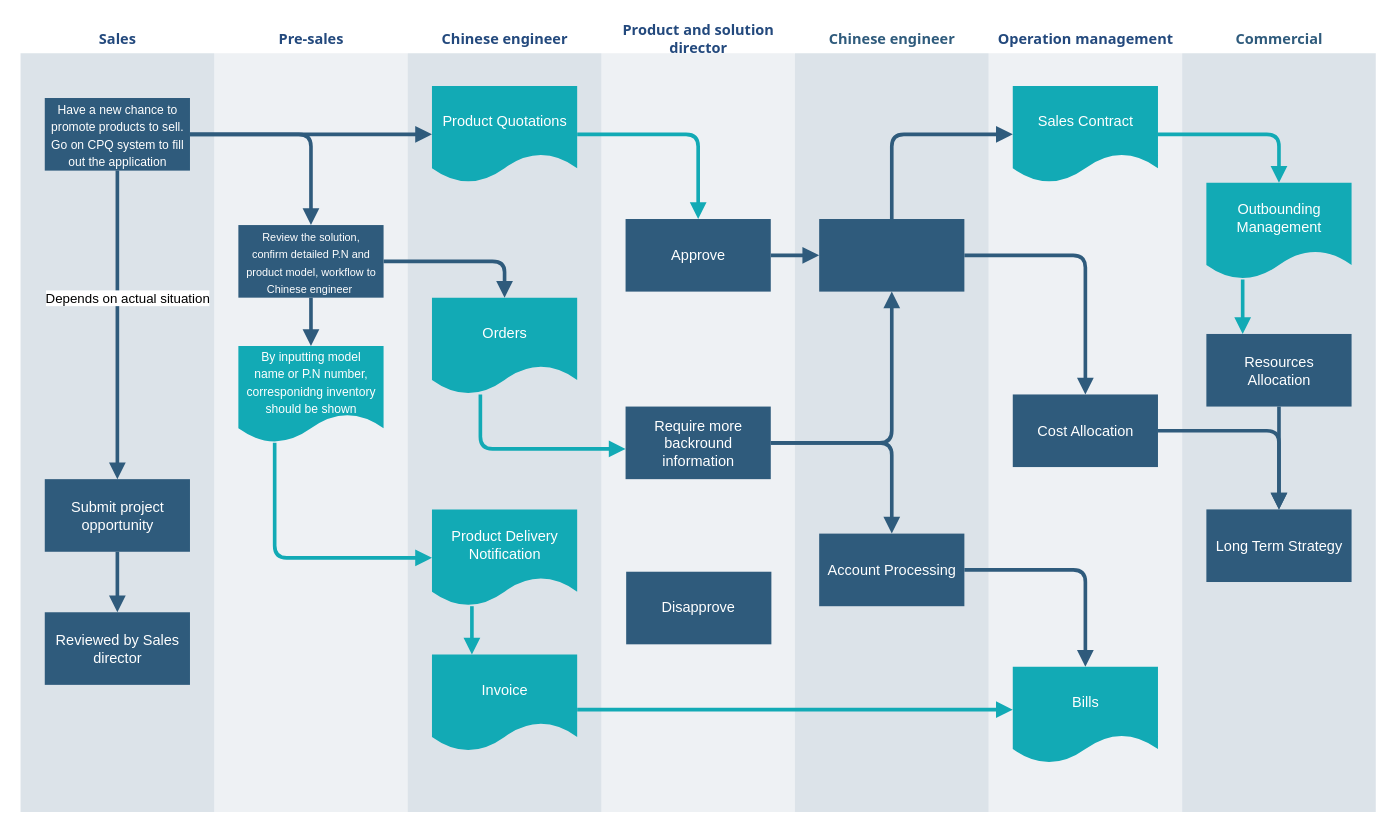
This is newsampleapplication.drawio from akkkriver/diagramswork, a draw.io file, before an edit. Source tidied: cells renumbered, new cells numbered last; positions are measured from the earlier drawing's top-left corner, leaving out a move shared by most shapes. Both pictures are drawn from the tidied source at 121%, with x=0, y=0 at pixel (19, 24).
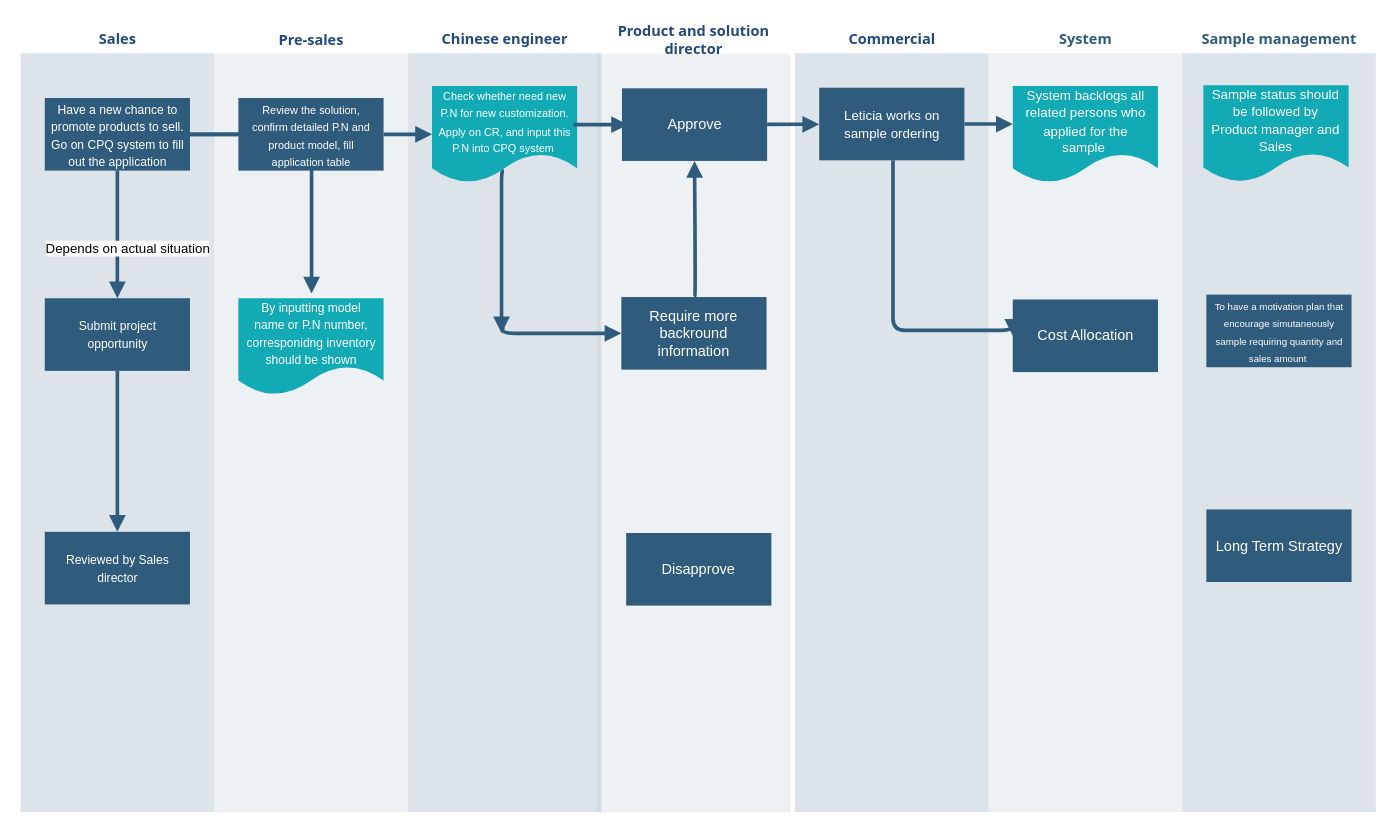
Above is the later version.

The change refers to these unchanged cells:
```xml
<mxCell id="2" value="&lt;font color=&quot;#23497d&quot;&gt;Sales&lt;/font&gt;" style="swimlane;whiteSpace=wrap;fillColor=none;swimlaneFillColor=#BAC8D3;fontColor=#2F5B7C;fontFamily=Tahoma;html=1;strokeColor=none;opacity=50;" parent="1" vertex="1">
  <mxGeometry x="0.5" y="0.5" width="160" height="650" as="geometry" />
</mxCell>
<mxCell id="3" value="&lt;font style=&quot;font-size: 10px;&quot;&gt;Have a new chance to promote products to sell. Go on CPQ system to fill out the application&lt;/font&gt;" style="whiteSpace=wrap;shadow=0;fontColor=#FFFFFF;fontFamily=Helvetica;fontStyle=0;html=1;fontSize=12;plain-purple;strokeColor=none;fillColor=#2f5b7c;gradientColor=none;spacing=6;verticalAlign=middle;" parent="2" vertex="1">
  <mxGeometry x="20" y="60" width="120" height="60" as="geometry" />
</mxCell>
<mxCell id="20" value="&lt;font color=&quot;#23497d&quot;&gt;Chinese engineer&lt;/font&gt;" style="swimlane;whiteSpace=wrap;fillColor=none;swimlaneFillColor=#BAC8D3;fontColor=#2F5B7C;fontFamily=Tahoma;html=1;strokeColor=none;opacity=50;" parent="1" vertex="1">
  <mxGeometry x="320.5" y="0.5" width="160" height="650" as="geometry" />
</mxCell>
<mxCell id="33" value="Long Term Strategy" style="whiteSpace=wrap;strokeColor=none;fillColor=#2f5b7c;shadow=0;fontColor=#FFFFFF;fontFamily=Helvetica;fontStyle=0;html=1;fontSize=12;spacing=6;verticalAlign=middle;" parent="30" vertex="1">
  <mxGeometry x="20" y="400" width="120" height="60" as="geometry" />
</mxCell>
```

Change to the diagram source:
```diff
@@
-    <mxCell id="4" value="Submit project opportunity" style="whiteSpace=wrap;strokeColor=none;fillColor=#2f5b7c;shadow=0;fontColor=#FFFFFF;fontFamily=Helvetica;fontStyle=0;html=1;fontSize=12;spacing=6;verticalAlign=middle;" parent="2" vertex="1">
-      <mxGeometry x="20" y="375" width="120" height="60" as="geometry" />
+    <mxCell id="4" value="&lt;font style=&quot;font-size: 10px;&quot;&gt;Submit project opportunity&lt;/font&gt;" style="whiteSpace=wrap;strokeColor=none;fillColor=#2f5b7c;shadow=0;fontColor=#FFFFFF;fontFamily=Helvetica;fontStyle=0;html=1;fontSize=12;spacing=6;verticalAlign=middle;" parent="2" vertex="1">
+      <mxGeometry x="20" y="225.5" width="120" height="60" as="geometry" />
     </mxCell>
-    <mxCell id="5" value="Reviewed by Sales director" style="whiteSpace=wrap;strokeColor=none;fillColor=#2f5b7c;shadow=0;fontColor=#FFFFFF;fontFamily=Helvetica;fontStyle=0;html=1;fontSize=12;spacing=6;verticalAlign=middle;" parent="2" vertex="1">
-      <mxGeometry x="20" y="485" width="120" height="60" as="geometry" />
+    <mxCell id="5" value="&lt;font style=&quot;font-size: 10px;&quot;&gt;Reviewed by Sales director&lt;/font&gt;" style="whiteSpace=wrap;strokeColor=none;fillColor=#2f5b7c;shadow=0;fontColor=#FFFFFF;fontFamily=Helvetica;fontStyle=0;html=1;fontSize=12;spacing=6;verticalAlign=middle;" parent="2" vertex="1">
+      <mxGeometry x="20" y="418.5" width="120" height="60" as="geometry" />
     </mxCell>
@@
-    <mxCell id="9" value="&lt;font color=&quot;#23497d&quot;&gt;Operation management&lt;/font&gt;" style="swimlane;whiteSpace=wrap;fillColor=none;swimlaneFillColor=#BAC8D3;fontColor=#2F5B7C;fontFamily=Tahoma;html=1;strokeColor=none;opacity=25;" parent="1" vertex="1">
+    <mxCell id="9" value="System" style="swimlane;whiteSpace=wrap;fillColor=none;swimlaneFillColor=#BAC8D3;fontColor=#2F5B7C;fontFamily=Tahoma;html=1;strokeColor=none;opacity=25;" parent="1" vertex="1">
       <mxGeometry x="800.5" y="0.5" width="160" height="650" as="geometry" />
     </mxCell>
-    <mxCell id="10" value="Sales Contract" style="shape=document;whiteSpace=wrap;verticalAlign=middle;strokeColor=none;fillColor=#12aab5;shadow=0;fontColor=#FFFFFF;fontFamily=Helvetica;fontStyle=0;html=1;fontSize=12;spacing=6;spacingBottom=22;" parent="9" vertex="1">
+    <mxCell id="10" value="&lt;font style=&quot;font-size: 11px;&quot;&gt;System backlogs all related persons who applied for the sample&amp;nbsp;&lt;/font&gt;" style="shape=document;whiteSpace=wrap;verticalAlign=middle;strokeColor=none;fillColor=#12aab5;shadow=0;fontColor=#FFFFFF;fontFamily=Helvetica;fontStyle=0;html=1;fontSize=12;spacing=6;spacingBottom=22;" parent="9" vertex="1">
       <mxGeometry x="20" y="50" width="120" height="80" as="geometry" />
     </mxCell>
-    <mxCell id="11" value="Bills" style="shape=document;whiteSpace=wrap;verticalAlign=middle;strokeColor=none;fillColor=#12aab5;shadow=0;fontColor=#FFFFFF;fontFamily=Helvetica;fontStyle=0;html=1;fontSize=12;spacing=6;spacingBottom=22;" parent="9" vertex="1">
-      <mxGeometry x="20" y="530" width="120" height="80" as="geometry" />
-    </mxCell>
     <mxCell id="12" value="Cost Allocation" style="whiteSpace=wrap;strokeColor=none;fillColor=#2f5b7c;shadow=0;fontColor=#FFFFFF;fontFamily=Helvetica;fontStyle=0;html=1;fontSize=12;spacing=6;verticalAlign=middle;" parent="9" vertex="1">
-      <mxGeometry x="20" y="305" width="120" height="60" as="geometry" />
+      <mxGeometry x="20" y="226.5" width="120" height="60" as="geometry" />
     </mxCell>
-    <mxCell id="13" value="Chinese engineer" style="swimlane;whiteSpace=wrap;fillColor=none;swimlaneFillColor=#BAC8D3;fontColor=#2F5B7C;fontFamily=Tahoma;html=1;strokeColor=none;opacity=50;startSize=23;" parent="1" vertex="1">
+    <mxCell id="13" value="&lt;span style=&quot;color: rgb(35, 73, 125);&quot;&gt;Commercial&lt;/span&gt;" style="swimlane;whiteSpace=wrap;fillColor=none;swimlaneFillColor=#BAC8D3;fontColor=#2F5B7C;fontFamily=Tahoma;html=1;strokeColor=none;opacity=50;startSize=23;" parent="1" vertex="1">
       <mxGeometry x="640.5" y="0.5" width="160" height="650" as="geometry" />
     </mxCell>
-    <mxCell id="14" style="whiteSpace=wrap;fillColor=#2f5b7c;strokeColor=none;shadow=0;fontColor=#FFFFFF;fontFamily=Helvetica;fontStyle=0;html=1;fontSize=12;spacing=6;verticalAlign=middle;" parent="13" vertex="1">
-      <mxGeometry x="20" y="160" width="120" height="60" as="geometry" />
+    <mxCell id="14" value="&lt;span style=&quot;font-size: 11px;&quot;&gt;Leticia works on sample ordering&lt;/span&gt;" style="whiteSpace=wrap;fillColor=#2f5b7c;strokeColor=none;shadow=0;fontColor=#FFFFFF;fontFamily=Helvetica;fontStyle=0;html=1;fontSize=12;spacing=6;verticalAlign=middle;" parent="13" vertex="1">
+      <mxGeometry x="20" y="51.5" width="120" height="60" as="geometry" />
     </mxCell>
-    <mxCell id="15" value="Account Processing" style="whiteSpace=wrap;strokeColor=none;fillColor=#2f5b7c;shadow=0;fontColor=#FFFFFF;fontFamily=Helvetica;fontStyle=0;html=1;fontSize=12;spacing=6;verticalAlign=middle;" parent="13" vertex="1">
-      <mxGeometry x="20" y="420" width="120" height="60" as="geometry" />
-    </mxCell>
+    <mxCell id="51" style="edgeStyle=segmentEdgeStyle;strokeColor=#2F5B7C;strokeWidth=3;html=1;endArrow=block;endFill=1;entryX=0;entryY=0.5;entryDx=0;entryDy=0;" parent="13" edge="1" target="12">
+      <mxGeometry relative="1" as="geometry">
+        <mxPoint x="81" y="111.5" as="sourcePoint" />
+        <Array as="points">
+          <mxPoint x="81" y="252" />
+          <mxPoint x="180" y="252" />
+        </Array>
+      </mxGeometry>
+    </mxCell>
     <mxCell id="16" value="&lt;font color=&quot;#23497d&quot;&gt;Pre-sales&lt;/font&gt;" style="swimlane;whiteSpace=wrap;fillColor=none;swimlaneFillColor=#BAC8D3;fontColor=#2F5B7C;fontFamily=Tahoma;html=1;strokeColor=none;opacity=25;startSize=23;" parent="1" vertex="1">
-      <mxGeometry x="160.5" y="0.5" width="160" height="650" as="geometry" />
+      <mxGeometry x="160.5" y="1" width="160" height="650" as="geometry" />
     </mxCell>
-    <mxCell id="17" value="&lt;font style=&quot;font-size: 9px;&quot;&gt;Review the solution, confirm detailed P.N and product model, workflow to Chinese engineer&amp;nbsp;&lt;/font&gt;" style="whiteSpace=wrap;shadow=0;fontColor=#FFFFFF;fontFamily=Helvetica;fontStyle=0;html=1;fontSize=12;plain-purple;strokeColor=none;fillColor=#2f5b7c;gradientColor=none;spacing=6;verticalAlign=middle;" parent="16" vertex="1">
-      <mxGeometry x="20" y="165" width="120" height="60" as="geometry" />
-    </mxCell>
     <mxCell id="18" value="&lt;font style=&quot;font-size: 10px;&quot;&gt;By inputting model name or P.N number, corresponidng inventory should be shown&lt;/font&gt;&lt;br&gt; " style="shape=document;whiteSpace=wrap;verticalAlign=middle;strokeColor=none;fillColor=#12aab5;shadow=0;fontColor=#FFFFFF;fontFamily=Helvetica;fontStyle=0;html=1;fontSize=12;spacing=6;spacingBottom=22;" parent="16" vertex="1">
-      <mxGeometry x="20" y="265" width="120" height="80" as="geometry" />
+      <mxGeometry x="20" y="225" width="120" height="80" as="geometry" />
     </mxCell>
-    <mxCell id="19" style="edgeStyle=segmentEdgeStyle;strokeColor=#2F5B7C;strokeWidth=3;html=1;endArrow=block;endFill=1;" parent="16" edge="1" source="17" target="18">
-      <mxGeometry relative="1" as="geometry" />
-    </mxCell>
@@
-    <mxCell id="21" value="Product Quotations" style="shape=document;whiteSpace=wrap;verticalAlign=middle;strokeColor=none;fillColor=#12aab5;shadow=0;fontColor=#FFFFFF;fontFamily=Helvetica;fontStyle=0;html=1;fontSize=12;spacing=6;spacingBottom=22;" parent="20" vertex="1">
+    <mxCell id="21" value="&lt;font style=&quot;font-size: 9px;&quot;&gt;Check whether need new P.N for new customization. Apply on CR, and input this P.N into CPQ system&amp;nbsp;&lt;/font&gt;" style="shape=document;whiteSpace=wrap;verticalAlign=middle;strokeColor=none;fillColor=#12aab5;shadow=0;fontColor=#FFFFFF;fontFamily=Helvetica;fontStyle=0;html=1;fontSize=12;spacing=6;spacingBottom=22;" parent="20" vertex="1">
       <mxGeometry x="20" y="50" width="120" height="80" as="geometry" />
     </mxCell>
-    <mxCell id="22" value="Orders" style="shape=document;whiteSpace=wrap;verticalAlign=middle;strokeColor=none;fillColor=#12aab5;shadow=0;fontColor=#FFFFFF;fontFamily=Helvetica;fontStyle=0;html=1;fontSize=12;spacing=6;spacingBottom=22;" parent="20" vertex="1">
-      <mxGeometry x="20" y="225" width="120" height="80" as="geometry" />
-    </mxCell>
-    <mxCell id="23" value="Product Delivery Notification" style="shape=document;whiteSpace=wrap;strokeColor=none;fillColor=#12aab5;shadow=0;fontColor=#FFFFFF;fontFamily=Helvetica;fontStyle=0;html=1;fontSize=12;verticalAlign=middle;spacing=6;spacingBottom=22;" parent="20" vertex="1">
-      <mxGeometry x="20" y="400" width="120" height="80" as="geometry" />
-    </mxCell>
-    <mxCell id="24" value="Invoice" style="shape=document;whiteSpace=wrap;verticalAlign=middle;strokeColor=none;fillColor=#12aab5;shadow=0;fontColor=#FFFFFF;fontFamily=Helvetica;fontStyle=0;html=1;fontSize=12;spacing=6;spacingBottom=22;" parent="20" vertex="1">
-      <mxGeometry x="20" y="520" width="120" height="80" as="geometry" />
-    </mxCell>
-    <mxCell id="25" style="edgeStyle=segmentEdgeStyle;strokeColor=#12AAB5;strokeWidth=3;html=1;endArrow=block;endFill=1;" parent="20" edge="1" source="23" target="24">
-      <mxGeometry relative="1" as="geometry">
-        <Array as="points">
-          <mxPoint x="53" y="501" />
-          <mxPoint x="53" y="501" />
-        </Array>
-      </mxGeometry>
-    </mxCell>
+    <mxCell id="52" style="edgeStyle=segmentEdgeStyle;strokeColor=#2F5B7C;strokeWidth=3;html=1;endArrow=block;endFill=1;" parent="20" edge="1">
+      <mxGeometry relative="1" as="geometry">
+        <mxPoint x="79.5" y="120.5" as="sourcePoint" />
+        <mxPoint x="77.5" y="254.5" as="targetPoint" />
+      </mxGeometry>
+    </mxCell>
     <mxCell id="26" value="&lt;font color=&quot;#23497d&quot;&gt;Product and solution director&lt;/font&gt;" style="swimlane;whiteSpace=wrap;fillColor=none;swimlaneFillColor=#BAC8D3;fontColor=#2F5B7C;fontFamily=Tahoma;html=1;strokeColor=none;opacity=25;" parent="1" vertex="1">
-      <mxGeometry x="480.5" y="0.5" width="160" height="650" as="geometry" />
+      <mxGeometry x="477" y="1" width="160" height="650" as="geometry" />
     </mxCell>
     <mxCell id="27" value="Approve" style="whiteSpace=wrap;strokeColor=none;fillColor=#2f5b7c;shadow=0;fontColor=#FFFFFF;fontFamily=Helvetica;fontStyle=0;html=1;fontSize=12;spacing=6;verticalAlign=middle;" parent="26" vertex="1">
-      <mxGeometry x="20" y="160" width="120" height="60" as="geometry" />
+      <mxGeometry x="20.5" y="51.5" width="120" height="60" as="geometry" />
     </mxCell>
     <mxCell id="28" value="Require more backround information" style="whiteSpace=wrap;strokeColor=none;fillColor=#2f5b7c;shadow=0;fontColor=#FFFFFF;fontFamily=Helvetica;fontStyle=0;html=1;fontSize=12;spacing=6;verticalAlign=middle;" parent="26" vertex="1">
-      <mxGeometry x="20" y="315" width="120" height="60" as="geometry" />
+      <mxGeometry x="20" y="224" width="120" height="60" as="geometry" />
     </mxCell>
     <mxCell id="29" value="Disapprove" style="whiteSpace=wrap;strokeColor=none;fillColor=#2f5b7c;shadow=0;fontColor=#FFFFFF;fontFamily=Helvetica;fontStyle=0;html=1;fontSize=12;spacing=6;verticalAlign=middle;" parent="26" vertex="1">
-      <mxGeometry x="20.5" y="451.5" width="120" height="60" as="geometry" />
+      <mxGeometry x="24" y="419" width="120" height="60" as="geometry" />
     </mxCell>
+    <mxCell id="53" style="edgeStyle=segmentEdgeStyle;strokeColor=#2F5B7C;strokeWidth=3;html=1;endArrow=block;endFill=1;" parent="26" edge="1">
+      <mxGeometry x="-19.5" y="190" as="geometry">
+        <mxPoint x="-19.5" y="81.5" as="sourcePoint" />
+        <mxPoint x="25.5" y="81.5" as="targetPoint" />
+      </mxGeometry>
+    </mxCell>
+    <mxCell id="44" style="edgeStyle=segmentEdgeStyle;strokeColor=#2F5B7C;strokeWidth=3;html=1;endArrow=block;endFill=1;entryX=0.5;entryY=1;entryDx=0;entryDy=0;exitX=0.5;exitY=0;exitDx=0;exitDy=0;" parent="26" edge="1" source="28" target="27">
+      <mxGeometry x="140" y="220" as="geometry">
+        <Array as="points">
+          <mxPoint x="81" y="187" />
+          <mxPoint x="81" y="187" />
+        </Array>
+      </mxGeometry>
+    </mxCell>
-    <mxCell id="30" value="Commercial" style="swimlane;whiteSpace=wrap;fillColor=none;swimlaneFillColor=#BAC8D3;fontColor=#2F5B7C;fontFamily=Tahoma;html=1;strokeColor=none;opacity=50;startSize=23;" parent="1" vertex="1">
+    <mxCell id="30" value="Sample management" style="swimlane;whiteSpace=wrap;fillColor=none;swimlaneFillColor=#BAC8D3;fontColor=#2F5B7C;fontFamily=Tahoma;html=1;strokeColor=none;opacity=50;startSize=23;" parent="1" vertex="1">
       <mxGeometry x="960.5" y="0.5" width="160" height="650" as="geometry" />
     </mxCell>
-    <mxCell id="31" value="Outbounding Management" style="shape=document;whiteSpace=wrap;verticalAlign=middle;strokeColor=none;fillColor=#12aab5;shadow=0;fontColor=#FFFFFF;fontFamily=Helvetica;fontStyle=0;html=1;fontSize=12;spacing=6;spacingBottom=22;" parent="30" vertex="1">
-      <mxGeometry x="20" y="130" width="120" height="80" as="geometry" />
+    <mxCell id="31" value="&lt;font style=&quot;font-size: 11px;&quot;&gt;Sample status should be followed by Product manager and Sales&lt;/font&gt;" style="shape=document;whiteSpace=wrap;verticalAlign=middle;strokeColor=none;fillColor=#12aab5;shadow=0;fontColor=#FFFFFF;fontFamily=Helvetica;fontStyle=0;html=1;fontSize=12;spacing=6;spacingBottom=22;" parent="30" vertex="1">
+      <mxGeometry x="17.5" y="49.5" width="120" height="80" as="geometry" />
     </mxCell>
-    <mxCell id="32" value="Resources Allocation" style="whiteSpace=wrap;strokeColor=none;fillColor=#2f5b7c;shadow=0;fontColor=#FFFFFF;fontFamily=Helvetica;fontStyle=0;html=1;fontSize=12;spacing=6;verticalAlign=middle;" parent="30" vertex="1">
-      <mxGeometry x="20" y="255" width="120" height="60" as="geometry" />
+    <mxCell id="32" value="&lt;font style=&quot;font-size: 8px;&quot;&gt;To have a motivation plan that encourage simutaneously sample requiring quantity and sales amount&amp;nbsp;&lt;/font&gt;" style="whiteSpace=wrap;strokeColor=none;fillColor=#2f5b7c;shadow=0;fontColor=#FFFFFF;fontFamily=Helvetica;fontStyle=0;html=1;fontSize=12;spacing=6;verticalAlign=middle;" parent="30" vertex="1">
+      <mxGeometry x="20" y="222.5" width="120" height="60" as="geometry" />
     </mxCell>
@@
-    <mxCell id="34" style="edgeStyle=segmentEdgeStyle;strokeColor=#2F5B7C;strokeWidth=3;html=1;endArrow=block;endFill=1;" parent="30" edge="1" source="32" target="33">
-      <mxGeometry relative="1" as="geometry" />
-    </mxCell>
-    <mxCell id="35" style="edgeStyle=segmentEdgeStyle;entryX=0.25;entryY=0;strokeColor=#12AAB5;strokeWidth=3;html=1;endArrow=block;endFill=1;" parent="30" edge="1" source="31" target="32">
-      <mxGeometry relative="1" as="geometry" />
-    </mxCell>
-    <mxCell id="36" style="edgeStyle=segmentEdgeStyle;strokeColor=#2F5B7C;strokeWidth=3;html=1;endArrow=block;endFill=1;" parent="1" edge="1" source="3" target="17">
-      <mxGeometry x="164.5" y="178.5" as="geometry" />
+    <mxCell id="36" style="edgeStyle=segmentEdgeStyle;strokeColor=#2F5B7C;strokeWidth=3;html=1;endArrow=block;endFill=1;" parent="1" edge="1" source="3">
+      <mxGeometry x="164.5" y="178.5" as="geometry">
+        <mxPoint x="241" y="222" as="targetPoint" />
+        <Array as="points">
+          <mxPoint x="241" y="91" />
+        </Array>
+      </mxGeometry>
     </mxCell>
-    <mxCell id="37" style="edgeStyle=segmentEdgeStyle;strokeColor=#2F5B7C;strokeWidth=3;html=1;endArrow=block;endFill=1;" parent="1" edge="1" source="3" target="21">
+    <mxCell id="37" style="edgeStyle=segmentEdgeStyle;strokeColor=#2F5B7C;strokeWidth=3;html=1;endArrow=block;endFill=1;startArrow=none;" parent="1" edge="1" source="54" target="21">
       <mxGeometry x="164.5" y="178.5" as="geometry" />
     </mxCell>
-    <mxCell id="38" style="edgeStyle=segmentEdgeStyle;strokeColor=#12AAB5;strokeWidth=3;html=1;endArrow=block;endFill=1;" parent="1" edge="1" source="18" target="23">
-      <mxGeometry x="234.5" y="433.5" as="geometry">
-        <Array as="points">
-          <mxPoint x="210.5" y="440.5" />
-        </Array>
-      </mxGeometry>
-    </mxCell>
-    <mxCell id="39" style="edgeStyle=elbowEdgeStyle;elbow=vertical;strokeColor=#12AAB5;strokeWidth=3;html=1;endArrow=block;endFill=1;" parent="1" edge="1" source="24" target="11">
-      <mxGeometry x="484.5" y="623.5" as="geometry" />
-    </mxCell>
-    <mxCell id="40" style="edgeStyle=segmentEdgeStyle;strokeColor=#2F5B7C;strokeWidth=3;html=1;endArrow=block;endFill=1;" parent="1" edge="1" source="17" target="22">
-      <mxGeometry x="324.5" y="283.5" as="geometry" />
-    </mxCell>
-    <mxCell id="41" style="edgeStyle=segmentEdgeStyle;strokeColor=#12AAB5;strokeWidth=3;html=1;endArrow=block;endFill=1;" parent="1" edge="1" source="21" target="27">
-      <mxGeometry x="484.5" y="178.5" as="geometry" />
-    </mxCell>
@@
-    <mxCell id="43" style="edgeStyle=segmentEdgeStyle;strokeColor=#12AAB5;strokeWidth=3;html=1;endArrow=block;endFill=1;" parent="1" edge="1" source="22" target="28">
-      <mxGeometry x="404.5" y="393.5" as="geometry">
-        <Array as="points">
-          <mxPoint x="380.5" y="350.5" />
-        </Array>
-      </mxGeometry>
-    </mxCell>
-    <mxCell id="44" style="edgeStyle=segmentEdgeStyle;strokeColor=#2F5B7C;strokeWidth=3;html=1;endArrow=block;endFill=1;" parent="1" edge="1" source="28" target="14">
-      <mxGeometry x="644.5" y="308.5" as="geometry" />
-    </mxCell>
-    <mxCell id="45" style="edgeStyle=segmentEdgeStyle;strokeColor=#2F5B7C;strokeWidth=3;html=1;endArrow=block;endFill=1;" parent="1" edge="1" source="28" target="15">
-      <mxGeometry x="644.5" y="433.5" as="geometry" />
-    </mxCell>
@@
-    <mxCell id="47" style="edgeStyle=segmentEdgeStyle;strokeColor=#2F5B7C;strokeWidth=3;html=1;endArrow=block;endFill=1;" parent="1" edge="1" source="14" target="12">
-      <mxGeometry x="804.5" y="278.5" as="geometry" />
-    </mxCell>
-    <mxCell id="48" style="edgeStyle=segmentEdgeStyle;strokeColor=#2F5B7C;strokeWidth=3;html=1;endArrow=block;endFill=1;" parent="1" edge="1" source="15" target="11">
-      <mxGeometry x="804.5" y="538.5" as="geometry" />
-    </mxCell>
-    <mxCell id="49" style="edgeStyle=segmentEdgeStyle;strokeColor=#2F5B7C;strokeWidth=3;html=1;endArrow=block;endFill=1;" parent="1" edge="1" source="12" target="33">
-      <mxGeometry x="964.5" y="423.5" as="geometry" />
-    </mxCell>
-    <mxCell id="50" style="edgeStyle=segmentEdgeStyle;strokeColor=#12AAB5;strokeWidth=3;html=1;endArrow=block;endFill=1;" parent="1" edge="1" source="10" target="31">
-      <mxGeometry x="964.5" y="178.5" as="geometry" />
-    </mxCell>
+    <mxCell id="54" value="&lt;font style=&quot;font-size: 9px;&quot;&gt;Review the solution, confirm detailed P.N and product model, fill application table&lt;/font&gt;" style="whiteSpace=wrap;shadow=0;fontColor=#FFFFFF;fontFamily=Helvetica;fontStyle=0;html=1;fontSize=12;plain-purple;strokeColor=none;fillColor=#2f5b7c;gradientColor=none;spacing=6;verticalAlign=middle;" parent="1" vertex="1">
+      <mxGeometry x="180.5" y="60.5" width="120" height="60" as="geometry" />
+    </mxCell>
+    <mxCell id="55" style="edgeStyle=segmentEdgeStyle;strokeColor=#2F5B7C;strokeWidth=3;html=1;endArrow=none;endFill=1;" parent="1" edge="1" source="3" target="54">
+      <mxGeometry x="164.5" y="178.5" as="geometry" />
+    </mxCell>
+    <mxCell id="56" style="edgeStyle=segmentEdgeStyle;strokeColor=#2F5B7C;strokeWidth=3;html=1;endArrow=block;endFill=1;entryX=0;entryY=0.5;entryDx=0;entryDy=0;" parent="1" edge="1" target="28">
+      <mxGeometry relative="1" as="geometry">
+        <mxPoint x="399" y="250" as="sourcePoint" />
+        <Array as="points">
+          <mxPoint x="399" y="255" />
+        </Array>
+      </mxGeometry>
+    </mxCell>
```
